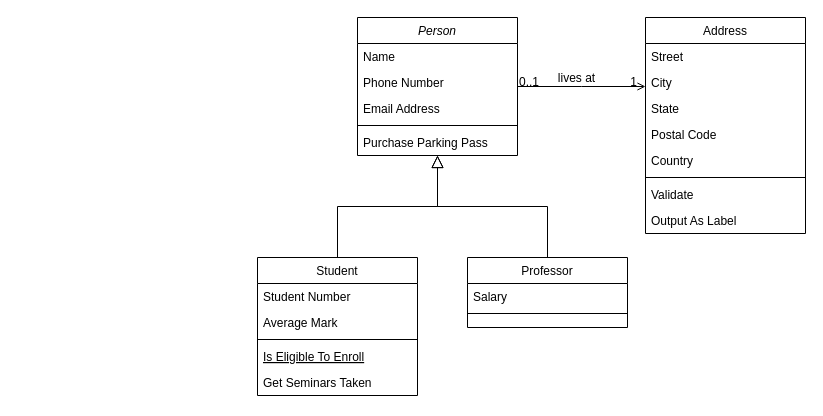
The draw.io diagram Untitled Diagram.drawio in lordisrael/Stage3, before the edit. Source tidied: cells renumbered, new cells numbered last; positions are measured from the earlier drawing's top-left corner, leaving out a move shared by most shapes. Both pictures are drawn from the tidied source at 100%, with x=0, y=0 at pixel (257, 17).
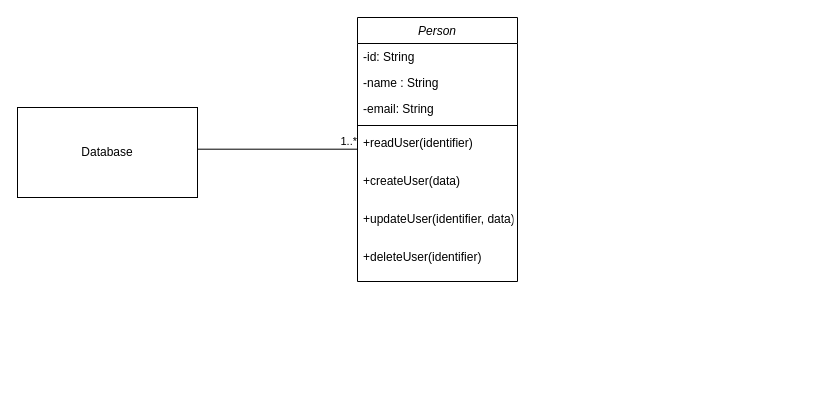
The same diagram, later.

Diff of the diagram source:
```diff
@@
     <mxCell id="2" value="Person" style="swimlane;fontStyle=2;align=center;verticalAlign=top;horizontal=1;startSize=26;rounded=0;shadow=0;strokeWidth=1;" parent="1" vertex="1">
-      <mxGeometry x="100" width="160" height="138" as="geometry" />
+      <mxGeometry x="100" width="160" height="264" as="geometry" />
     </mxCell>
-    <mxCell id="3" value="Name" style="text;align=left;verticalAlign=top;spacingLeft=4;spacingRight=4;overflow=hidden;" parent="2" vertex="1">
+    <mxCell id="3" value="-id: String&#10;" style="text;align=left;verticalAlign=top;spacingLeft=4;spacingRight=4;overflow=hidden;" parent="2" vertex="1">
       <mxGeometry y="26" width="160" height="26" as="geometry" />
     </mxCell>
-    <mxCell id="4" value="Phone Number" style="text;align=left;verticalAlign=top;spacingLeft=4;spacingRight=4;overflow=hidden;rounded=0;shadow=0;html=0;" parent="2" vertex="1">
+    <mxCell id="4" value="-name : String" style="text;align=left;verticalAlign=top;spacingLeft=4;spacingRight=4;overflow=hidden;rounded=0;shadow=0;html=0;" parent="2" vertex="1">
       <mxGeometry y="52" width="160" height="26" as="geometry" />
     </mxCell>
-    <mxCell id="5" value="Email Address" style="text;align=left;verticalAlign=top;spacingLeft=4;spacingRight=4;overflow=hidden;rounded=0;shadow=0;html=0;" parent="2" vertex="1">
+    <mxCell id="5" value="-email: String" style="text;align=left;verticalAlign=top;spacingLeft=4;spacingRight=4;overflow=hidden;rounded=0;shadow=0;html=0;" parent="2" vertex="1">
       <mxGeometry y="78" width="160" height="26" as="geometry" />
     </mxCell>
@@
+    <mxCell id="32" value="+readUser(identifier)" style="text;align=left;verticalAlign=top;spacingLeft=4;spacingRight=4;overflow=hidden;" parent="2" vertex="1">
+      <mxGeometry y="112" width="160" height="38" as="geometry" />
+    </mxCell>
-    <mxCell id="7" value="Purchase Parking Pass" style="text;align=left;verticalAlign=top;spacingLeft=4;spacingRight=4;overflow=hidden;" parent="2" vertex="1">
-      <mxGeometry y="112" width="160" height="26" as="geometry" />
+    <mxCell id="7" value="+createUser(data)" style="text;align=left;verticalAlign=top;spacingLeft=4;spacingRight=4;overflow=hidden;" parent="2" vertex="1">
+      <mxGeometry y="150" width="160" height="38" as="geometry" />
     </mxCell>
-    <mxCell id="8" value="Student" style="swimlane;fontStyle=0;align=center;verticalAlign=top;horizontal=1;startSize=26;rounded=0;shadow=0;strokeWidth=1;" parent="1" vertex="1">
-      <mxGeometry y="240" width="160" height="138" as="geometry" />
-    </mxCell>
-    <mxCell id="9" value="Student Number" style="text;align=left;verticalAlign=top;spacingLeft=4;spacingRight=4;overflow=hidden;" parent="8" vertex="1">
-      <mxGeometry y="26" width="160" height="26" as="geometry" />
-    </mxCell>
-    <mxCell id="10" value="Average Mark" style="text;align=left;verticalAlign=top;spacingLeft=4;spacingRight=4;overflow=hidden;rounded=0;shadow=0;html=0;" parent="8" vertex="1">
-      <mxGeometry y="52" width="160" height="26" as="geometry" />
-    </mxCell>
-    <mxCell id="11" style="line;html=1;strokeWidth=1;align=left;verticalAlign=middle;spacingTop=-1;spacingLeft=3;spacingRight=3;labelPosition=right;" parent="8" vertex="1">
-      <mxGeometry y="78" width="160" height="8" as="geometry" />
-    </mxCell>
-    <mxCell id="12" value="Is Eligible To Enroll" style="text;align=left;verticalAlign=top;spacingLeft=4;spacingRight=4;overflow=hidden;fontStyle=4;" parent="8" vertex="1">
-      <mxGeometry y="86" width="160" height="26" as="geometry" />
-    </mxCell>
-    <mxCell id="13" value="Get Seminars Taken" style="text;align=left;verticalAlign=top;spacingLeft=4;spacingRight=4;overflow=hidden;" parent="8" vertex="1">
-      <mxGeometry y="112" width="160" height="26" as="geometry" />
-    </mxCell>
-    <mxCell id="14" style="endArrow=block;endSize=10;endFill=0;shadow=0;strokeWidth=1;rounded=0;edgeStyle=elbowEdgeStyle;elbow=vertical;" parent="1" edge="1" source="8" target="2">
-      <mxGeometry relative="1" as="geometry" />
-    </mxCell>
-    <mxCell id="15" value="Professor" style="swimlane;fontStyle=0;align=center;verticalAlign=top;horizontal=1;startSize=26;rounded=0;shadow=0;strokeWidth=1;" parent="1" vertex="1">
-      <mxGeometry x="210" y="240" width="160" height="70" as="geometry" />
-    </mxCell>
-    <mxCell id="16" value="Salary" style="text;align=left;verticalAlign=top;spacingLeft=4;spacingRight=4;overflow=hidden;" parent="15" vertex="1">
-      <mxGeometry y="26" width="160" height="26" as="geometry" />
-    </mxCell>
-    <mxCell id="17" style="line;html=1;strokeWidth=1;align=left;verticalAlign=middle;spacingTop=-1;spacingLeft=3;spacingRight=3;labelPosition=right;" parent="15" vertex="1">
-      <mxGeometry y="52" width="160" height="8" as="geometry" />
-    </mxCell>
-    <mxCell id="18" style="endArrow=block;endSize=10;endFill=0;shadow=0;strokeWidth=1;rounded=0;edgeStyle=elbowEdgeStyle;elbow=vertical;" parent="1" edge="1" source="15" target="2">
-      <mxGeometry relative="1" as="geometry" />
-    </mxCell>
-    <mxCell id="19" value="Address" style="swimlane;fontStyle=0;align=center;verticalAlign=top;horizontal=1;startSize=26;rounded=0;shadow=0;strokeWidth=1;" parent="1" vertex="1">
-      <mxGeometry x="388" width="160" height="216" as="geometry" />
-    </mxCell>
-    <mxCell id="20" value="Street" style="text;align=left;verticalAlign=top;spacingLeft=4;spacingRight=4;overflow=hidden;" parent="19" vertex="1">
-      <mxGeometry y="26" width="160" height="26" as="geometry" />
-    </mxCell>
-    <mxCell id="21" value="City" style="text;align=left;verticalAlign=top;spacingLeft=4;spacingRight=4;overflow=hidden;rounded=0;shadow=0;html=0;" parent="19" vertex="1">
-      <mxGeometry y="52" width="160" height="26" as="geometry" />
-    </mxCell>
-    <mxCell id="22" value="State" style="text;align=left;verticalAlign=top;spacingLeft=4;spacingRight=4;overflow=hidden;rounded=0;shadow=0;html=0;" parent="19" vertex="1">
-      <mxGeometry y="78" width="160" height="26" as="geometry" />
-    </mxCell>
-    <mxCell id="23" value="Postal Code" style="text;align=left;verticalAlign=top;spacingLeft=4;spacingRight=4;overflow=hidden;rounded=0;shadow=0;html=0;" parent="19" vertex="1">
-      <mxGeometry y="104" width="160" height="26" as="geometry" />
-    </mxCell>
-    <mxCell id="24" value="Country" style="text;align=left;verticalAlign=top;spacingLeft=4;spacingRight=4;overflow=hidden;rounded=0;shadow=0;html=0;" parent="19" vertex="1">
-      <mxGeometry y="130" width="160" height="26" as="geometry" />
-    </mxCell>
-    <mxCell id="25" style="line;html=1;strokeWidth=1;align=left;verticalAlign=middle;spacingTop=-1;spacingLeft=3;spacingRight=3;labelPosition=right;" parent="19" vertex="1">
-      <mxGeometry y="156" width="160" height="8" as="geometry" />
-    </mxCell>
-    <mxCell id="26" value="Validate" style="text;align=left;verticalAlign=top;spacingLeft=4;spacingRight=4;overflow=hidden;" parent="19" vertex="1">
-      <mxGeometry y="164" width="160" height="26" as="geometry" />
-    </mxCell>
-    <mxCell id="27" value="Output As Label" style="text;align=left;verticalAlign=top;spacingLeft=4;spacingRight=4;overflow=hidden;" parent="19" vertex="1">
-      <mxGeometry y="190" width="160" height="26" as="geometry" />
-    </mxCell>
-    <mxCell id="28" style="endArrow=open;shadow=0;strokeWidth=1;rounded=0;endFill=1;edgeStyle=elbowEdgeStyle;elbow=vertical;" parent="1" edge="1" source="2" target="19">
-      <mxGeometry x="0.5" y="41" relative="1" as="geometry">
-        <mxPoint x="-40" y="32" as="offset" />
-      </mxGeometry>
-    </mxCell>
-    <mxCell id="29" value="0..1" style="align=left;verticalAlign=bottom;labelBackgroundColor=none;fontSize=12;" parent="28" vertex="1">
-      <mxGeometry x="-1" relative="1" as="geometry">
-        <mxPoint y="4" as="offset" />
-      </mxGeometry>
-    </mxCell>
-    <mxCell id="30" value="1" style="align=right;verticalAlign=bottom;labelBackgroundColor=none;fontSize=12;" parent="28" vertex="1">
-      <mxGeometry x="1" relative="1" as="geometry">
-        <mxPoint x="-7" y="4" as="offset" />
-      </mxGeometry>
-    </mxCell>
-    <mxCell id="31" value="lives at" style="text;html=1;align=center;verticalAlign=middle;labelBackgroundColor=none;rounded=0;shadow=0;strokeWidth=1;fontSize=12;" parent="28" vertex="1">
-      <mxGeometry x="0.5" y="49" relative="1" as="geometry">
-        <mxPoint x="-38" y="40" as="offset" />
-      </mxGeometry>
-    </mxCell>
+    <mxCell id="33" value="+updateUser(identifier, data)" style="text;align=left;verticalAlign=top;spacingLeft=4;spacingRight=4;overflow=hidden;" parent="2" vertex="1">
+      <mxGeometry y="188" width="160" height="38" as="geometry" />
+    </mxCell>
+    <mxCell id="34" value="+deleteUser(identifier)" style="text;align=left;verticalAlign=top;spacingLeft=4;spacingRight=4;overflow=hidden;" parent="2" vertex="1">
+      <mxGeometry y="226" width="160" height="38" as="geometry" />
+    </mxCell>
+    <mxCell id="35" style="endArrow=none;html=1;edgeStyle=orthogonalEdgeStyle;rounded=0;" parent="1" edge="1">
+      <mxGeometry relative="1" as="geometry">
+        <mxPoint x="-60" y="131.7" as="sourcePoint" />
+        <mxPoint x="100" y="131.7" as="targetPoint" />
+      </mxGeometry>
+    </mxCell>
+    <mxCell id="36" value="1..*" style="edgeLabel;html=1;align=right;verticalAlign=bottom;" parent="35" vertex="1">
+      <mxGeometry x="1" relative="1" as="geometry" />
+    </mxCell>
+    <mxCell id="37" value="Database" style="html=1;whiteSpace=wrap;" parent="1" vertex="1">
+      <mxGeometry x="-240" y="90" width="180" height="90" as="geometry" />
+    </mxCell>
```
